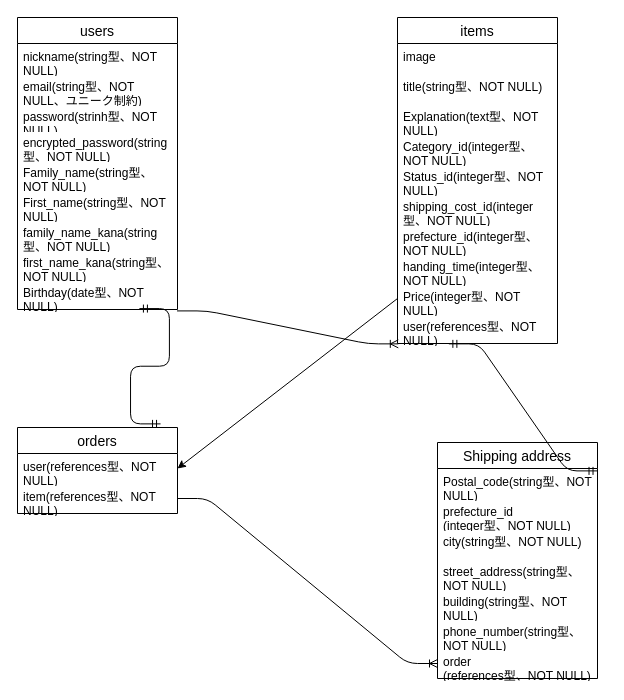
Earlier version of the draw.io diagram db.dio (mamedaihuku21/furima-41735). Source tidied: cells renumbered, new cells numbered last; positions are measured from the earlier drawing's top-left corner, leaving out a move shared by most shapes. Both pictures are drawn from the tidied source at 100%, with x=0, y=0 at pixel (17, 17).
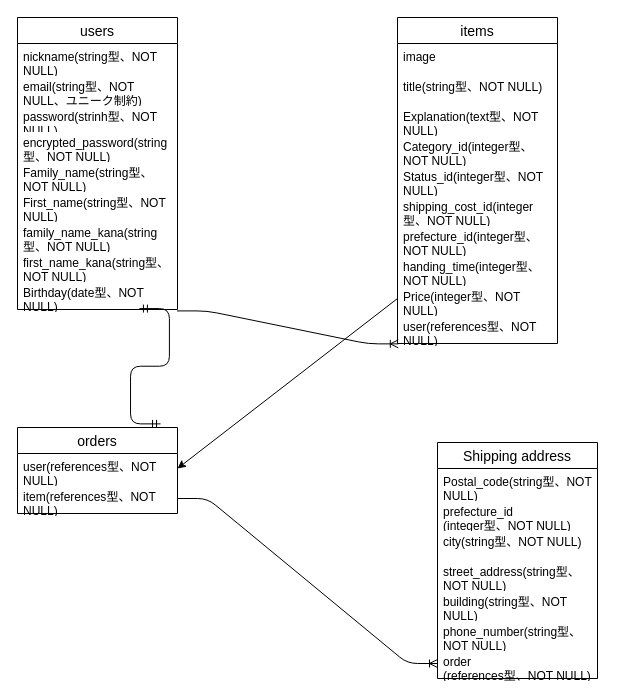
Above is the later version.

Commit message (it also covers changes not shown here):
データベース修正2

The change refers to these unchanged cells:
```xml
<mxCell id="22" value="user(&lt;span lang=&quot;en-US&quot;&gt;references&lt;/span&gt;&lt;span lang=&quot;ja&quot;&gt;型、&lt;/span&gt;&lt;span lang=&quot;en-US&quot;&gt;NOT NULL&lt;/span&gt;)" style="text;strokeColor=none;fillColor=none;spacingLeft=4;spacingRight=4;overflow=hidden;points=[[0,0.5],[1,0.5]];portConstraint=eastwest;fontSize=12;whiteSpace=wrap;html=1;" parent="12" vertex="1">
  <mxGeometry y="296" width="160" height="30" as="geometry" />
</mxCell>
<mxCell id="27" value="Postal_code(&lt;span lang=&quot;en-US&quot;&gt;string&lt;/span&gt;&lt;span lang=&quot;ja&quot;&gt;型、&lt;/span&gt;&lt;span lang=&quot;en-US&quot;&gt;NOT NULL&lt;/span&gt;)" style="text;strokeColor=none;fillColor=none;spacingLeft=4;spacingRight=4;overflow=hidden;points=[[0,0.5],[1,0.5]];portConstraint=eastwest;fontSize=12;whiteSpace=wrap;html=1;" parent="26" vertex="1">
  <mxGeometry y="26" width="160" height="30" as="geometry" />
</mxCell>
```

Change to the diagram source:
```diff
@@
-    <mxCell id="37" style="edgeStyle=entityRelationEdgeStyle;fontSize=12;html=1;endArrow=ERmandOne;startArrow=ERmandOne;entryX=0.321;entryY=1.012;entryDx=0;entryDy=0;entryPerimeter=0;exitX=0.997;exitY=0.08;exitDx=0;exitDy=0;exitPerimeter=0;" parent="1" edge="1" source="27" target="22">
-      <mxGeometry relative="1" as="geometry" />
-    </mxCell>
```
